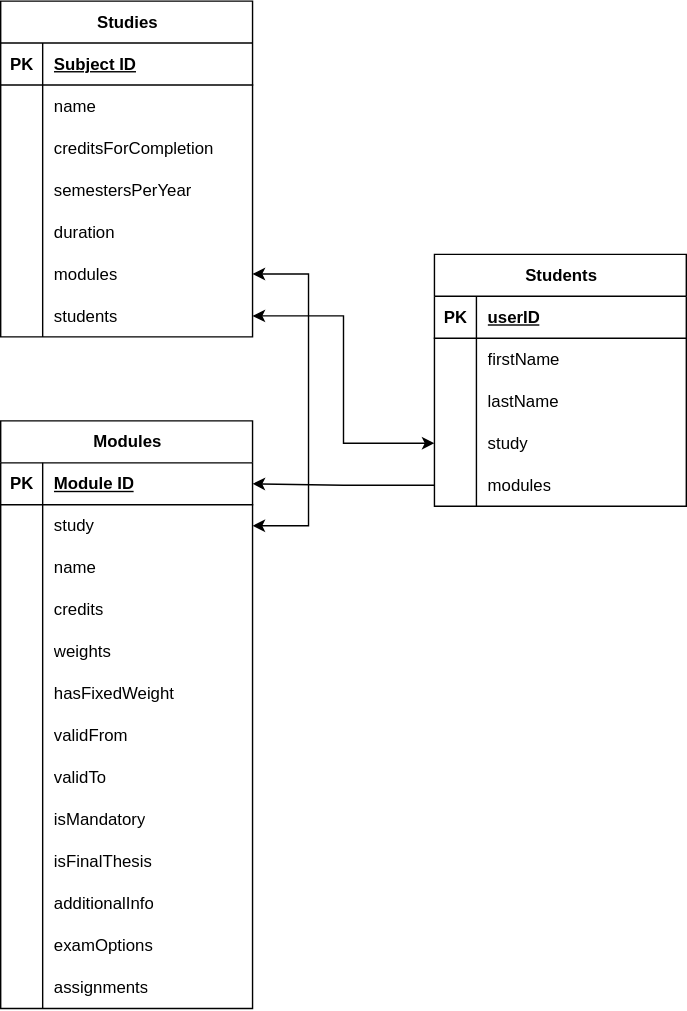
schiwekM/cap-uni-sample keeps this draw.io diagram as diagram.drawio.svg. Above is the earlier version. Source tidied: cells renumbered, new cells last; positions are measured from the earlier drawing's top-left corner, leaving out a move shared by most shapes.
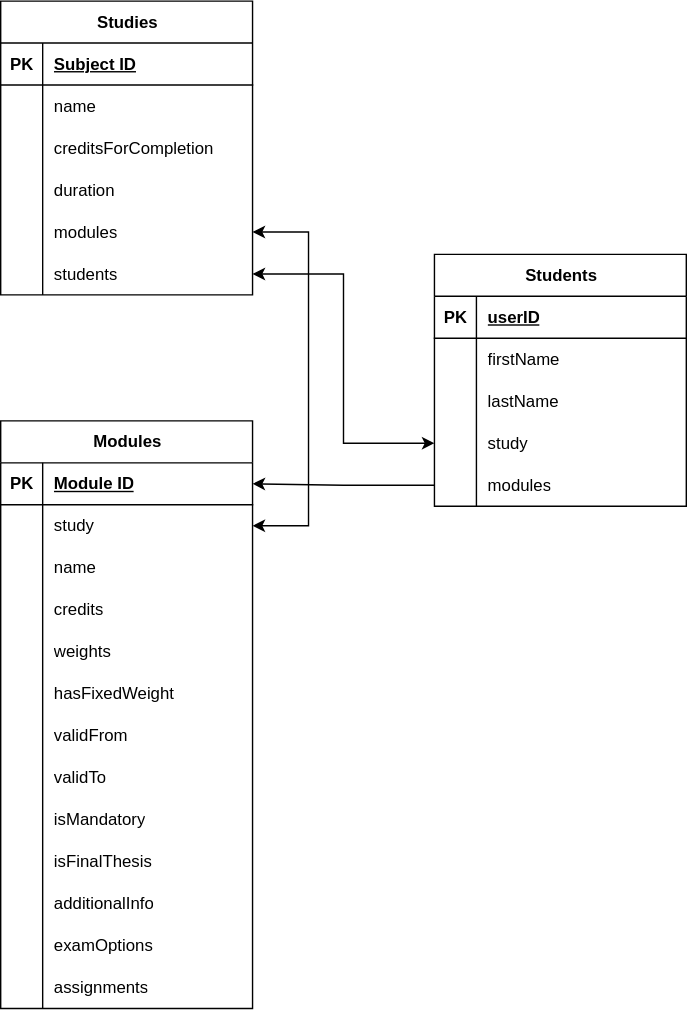
After the change.

Commit message:
Implement code changes to enhance functionality and improve performance

Diff of the diagram source:
```diff
@@ -3,7 +3,7 @@
     <mxCell id="0" />
     <mxCell id="1" parent="0" />
     <mxCell id="2" value="Studies" style="shape=table;startSize=30;rowLines=0;fontStyle=1;align=center;html=1;" parent="1" vertex="1">
-      <mxGeometry width="180" height="240" as="geometry" />
+      <mxGeometry width="180" height="210" as="geometry" />
     </mxCell>
     <mxCell id="3" style="shape=tableRow;horizontal=0;startSize=0;swimlaneHead=0;swimlaneBody=0;fillColor=none;top=0;left=0;right=0;bottom=1;" parent="2" vertex="1">
       <mxGeometry y="30" width="180" height="30" as="geometry" />
@@ -32,17 +32,8 @@
     <mxCell id="11" value="creditsForCompletion" style="shape=partialRectangle;fillColor=none;top=0;left=0;bottom=0;right=0;align=left;spacingLeft=6;overflow=hidden;whiteSpace=wrap;html=1;" parent="9" vertex="1">
       <mxGeometry x="30" width="150" height="30" as="geometry" />
     </mxCell>
-    <mxCell id="12" style="shape=tableRow;horizontal=0;startSize=0;swimlaneHead=0;swimlaneBody=0;fillColor=none;top=0;left=0;right=0;bottom=0;" parent="2" vertex="1">
-      <mxGeometry y="120" width="180" height="30" as="geometry" />
-    </mxCell>
-    <mxCell id="13" style="shape=partialRectangle;fillColor=none;top=0;left=0;bottom=0;right=0;overflow=hidden;whiteSpace=wrap;html=1;" parent="12" vertex="1">
-      <mxGeometry width="30" height="30" as="geometry" />
-    </mxCell>
-    <mxCell id="14" value="semestersPerYear" style="shape=partialRectangle;fillColor=none;top=0;left=0;bottom=0;right=0;align=left;spacingLeft=6;overflow=hidden;whiteSpace=wrap;html=1;" parent="12" vertex="1">
-      <mxGeometry x="30" width="150" height="30" as="geometry" />
-    </mxCell>
     <mxCell id="15" style="shape=tableRow;horizontal=0;startSize=0;swimlaneHead=0;swimlaneBody=0;fillColor=none;top=0;left=0;right=0;bottom=0;" parent="2" vertex="1">
-      <mxGeometry y="150" width="180" height="30" as="geometry" />
+      <mxGeometry y="120" width="180" height="30" as="geometry" />
     </mxCell>
     <mxCell id="16" style="shape=partialRectangle;fillColor=none;top=0;left=0;bottom=0;right=0;overflow=hidden;whiteSpace=wrap;html=1;" parent="15" vertex="1">
       <mxGeometry width="30" height="30" as="geometry" />
@@ -51,7 +42,7 @@
       <mxGeometry x="30" width="150" height="30" as="geometry" />
     </mxCell>
     <mxCell id="18" style="shape=tableRow;horizontal=0;startSize=0;swimlaneHead=0;swimlaneBody=0;fillColor=none;points=[[0,0.5],[1,0.5]];portConstraint=eastwest;top=0;left=0;right=0;bottom=0;" parent="2" vertex="1">
-      <mxGeometry y="180" width="180" height="30" as="geometry" />
+      <mxGeometry y="150" width="180" height="30" as="geometry" />
     </mxCell>
     <mxCell id="19" style="shape=partialRectangle;fillColor=none;top=0;left=0;bottom=0;right=0;overflow=hidden;whiteSpace=wrap;html=1;" parent="18" vertex="1">
       <mxGeometry width="30" height="30" as="geometry" />
@@ -60,7 +51,7 @@
       <mxGeometry x="30" width="150" height="30" as="geometry" />
     </mxCell>
     <mxCell id="21" style="shape=tableRow;horizontal=0;startSize=0;swimlaneHead=0;swimlaneBody=0;fillColor=none;points=[[0,0.5],[1,0.5]];portConstraint=eastwest;top=0;left=0;right=0;bottom=0;" parent="2" vertex="1">
-      <mxGeometry y="210" width="180" height="30" as="geometry" />
+      <mxGeometry y="180" width="180" height="30" as="geometry" />
     </mxCell>
     <mxCell id="22" style="shape=partialRectangle;fillColor=none;top=0;left=0;bottom=0;right=0;overflow=hidden;whiteSpace=wrap;html=1;" parent="21" vertex="1">
       <mxGeometry width="30" height="30" as="geometry" />
@@ -239,7 +230,7 @@
     <mxCell id="80" style="edgeStyle=orthogonalEdgeStyle;rounded=0;jettySize=auto;html=1;entryX=1;entryY=0.5;entryDx=0;entryDy=0;startArrow=classic;startFill=1;" parent="1" edge="1" source="18" target="28">
       <mxGeometry relative="1" as="geometry">
         <Array as="points">
-          <mxPoint x="220" y="195" />
+          <mxPoint x="220" y="165" />
           <mxPoint x="220" y="375" />
         </Array>
       </mxGeometry>
```
